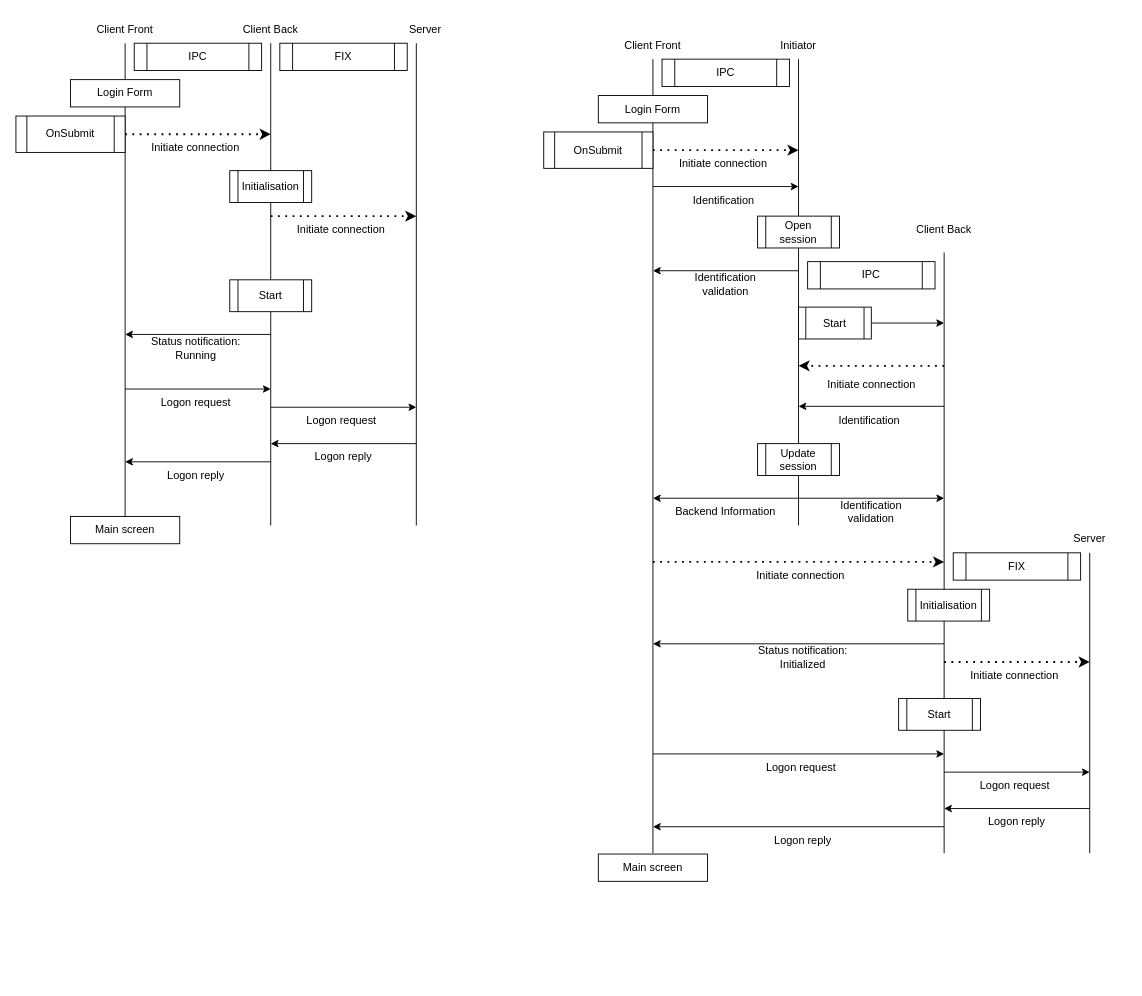
Above: page "IPC protocol" (3 of 3) of schema.drawio in DipStax/FIX4.2-protocol (draw.io), before the change. Source tidied: cells renumbered, new cells numbered last; positions are measured from the earlier drawing's top-left corner, leaving out a move shared by most shapes. Both pictures are drawn from the tidied source at 91%, with x=0, y=0 at pixel (15, 15).
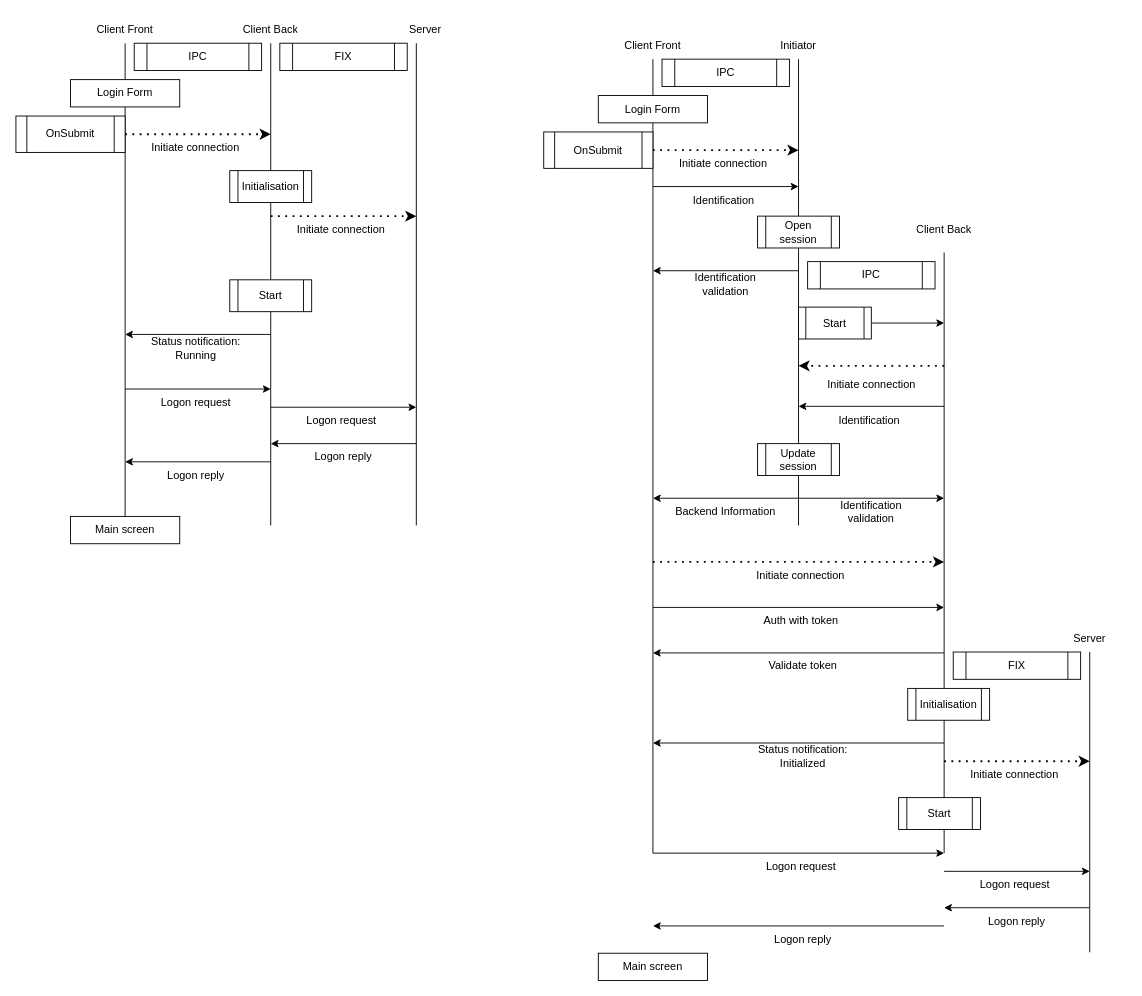
Above is the later version.

Change to the diagram source:
```diff
@@
-    <mxCell id="14" style="endArrow=classic;html=1;" parent="1" edge="1">
-      <mxGeometry relative="1" as="geometry">
-        <mxPoint x="1020" y="690" as="sourcePoint" />
-        <mxPoint x="700" y="690" as="targetPoint" />
-      </mxGeometry>
-    </mxCell>
@@
-    <mxCell id="18" value="Status notification:&lt;div&gt;Initialized&lt;/div&gt;" style="text;html=1;align=center;verticalAlign=middle;whiteSpace=wrap;rounded=0;" parent="1" vertex="1">
-      <mxGeometry x="805" y="690" width="120" height="30" as="geometry" />
-    </mxCell>
@@
-    <mxCell id="57" style="endArrow=classic;dashed=1;html=1;dashPattern=1 3;strokeWidth=2;endFill=1;" parent="1" edge="1">
-      <mxGeometry relative="1" as="geometry">
-        <mxPoint x="700" y="600" as="sourcePoint" />
-        <mxPoint x="1020" y="600" as="targetPoint" />
-      </mxGeometry>
-    </mxCell>
-    <mxCell id="58" value="Initiate connection" style="text;html=1;align=center;verticalAlign=middle;whiteSpace=wrap;rounded=0;" parent="1" vertex="1">
-      <mxGeometry x="810" y="600" width="105" height="30" as="geometry" />
-    </mxCell>
+    <mxCell id="75" style="edgeStyle=none;html=1;" parent="1" edge="1" source="76">
+      <mxGeometry relative="1" as="geometry">
+        <mxPoint x="1020" y="337.5" as="targetPoint" />
+      </mxGeometry>
+    </mxCell>
+    <mxCell id="76" value="Start" style="shape=process;whiteSpace=wrap;html=1;backgroundOutline=1;" parent="1" vertex="1">
+      <mxGeometry x="860" y="320" width="80" height="35" as="geometry" />
+    </mxCell>
+    <mxCell id="77" style="endArrow=classic;html=1;" parent="1" edge="1">
+      <mxGeometry relative="1" as="geometry">
+        <mxPoint x="1020" y="799" as="sourcePoint" />
+        <mxPoint x="700" y="799" as="targetPoint" />
+      </mxGeometry>
+    </mxCell>
+    <mxCell id="18" value="Status notification:&lt;div&gt;Initialized&lt;/div&gt;" style="text;html=1;align=center;verticalAlign=middle;whiteSpace=wrap;rounded=0;" parent="1" vertex="1">
+      <mxGeometry x="805" y="799" width="120" height="30" as="geometry" />
+    </mxCell>
     <mxCell id="59" value="Initialisation" style="shape=process;whiteSpace=wrap;html=1;backgroundOutline=1;" parent="1" vertex="1">
-      <mxGeometry x="980" y="630" width="90" height="35" as="geometry" />
+      <mxGeometry x="980" y="739" width="90" height="35" as="geometry" />
     </mxCell>
     <mxCell id="60" value="Server" style="text;strokeColor=none;fillColor=none;align=center;verticalAlign=middle;spacingLeft=4;spacingRight=4;overflow=hidden;whiteSpace=wrap;html=1;" parent="1" vertex="1">
-      <mxGeometry x="1140" y="560" width="80" height="30" as="geometry" />
+      <mxGeometry x="1140" y="669" width="80" height="30" as="geometry" />
     </mxCell>
-    <mxCell id="61" style="endArrow=none;html=1;" parent="1" edge="1">
-      <mxGeometry relative="1" as="geometry">
-        <mxPoint x="1180" y="920" as="sourcePoint" />
-        <mxPoint x="1180" y="590" as="targetPoint" />
-      </mxGeometry>
-    </mxCell>
+    <mxCell id="78" style="endArrow=none;html=1;" parent="1" edge="1">
+      <mxGeometry relative="1" as="geometry">
+        <mxPoint x="1180" y="1029" as="sourcePoint" />
+        <mxPoint x="1180" y="699" as="targetPoint" />
+      </mxGeometry>
+    </mxCell>
     <mxCell id="62" value="FIX" style="shape=process;whiteSpace=wrap;html=1;backgroundOutline=1;" parent="1" vertex="1">
-      <mxGeometry x="1030" y="590" width="140" height="30" as="geometry" />
+      <mxGeometry x="1030" y="699" width="140" height="30" as="geometry" />
     </mxCell>
-    <mxCell id="63" style="endArrow=classic;dashed=1;html=1;dashPattern=1 3;strokeWidth=2;exitX=1;exitY=0.5;exitDx=0;exitDy=0;endFill=1;" parent="1" edge="1">
-      <mxGeometry relative="1" as="geometry">
-        <mxPoint x="1020" y="710" as="sourcePoint" />
-        <mxPoint x="1180" y="710" as="targetPoint" />
-      </mxGeometry>
-    </mxCell>
+    <mxCell id="79" style="endArrow=classic;dashed=1;html=1;dashPattern=1 3;strokeWidth=2;exitX=1;exitY=0.5;exitDx=0;exitDy=0;endFill=1;" parent="1" edge="1">
+      <mxGeometry relative="1" as="geometry">
+        <mxPoint x="1020" y="819" as="sourcePoint" />
+        <mxPoint x="1180" y="819" as="targetPoint" />
+      </mxGeometry>
+    </mxCell>
     <mxCell id="64" value="Initiate connection" style="text;html=1;align=center;verticalAlign=middle;whiteSpace=wrap;rounded=0;" parent="1" vertex="1">
-      <mxGeometry x="1045" y="710" width="105" height="30" as="geometry" />
+      <mxGeometry x="1045" y="819" width="105" height="30" as="geometry" />
     </mxCell>
-    <mxCell id="65" style="endArrow=classic;html=1;" parent="1" edge="1">
-      <mxGeometry relative="1" as="geometry">
-        <mxPoint x="700" y="811" as="sourcePoint" />
-        <mxPoint x="1020" y="811" as="targetPoint" />
-      </mxGeometry>
-    </mxCell>
-    <mxCell id="66" value="Logon request" style="text;html=1;align=center;verticalAlign=middle;whiteSpace=wrap;rounded=0;" parent="1" vertex="1">
-      <mxGeometry x="802.5" y="811" width="120" height="30" as="geometry" />
-    </mxCell>
-    <mxCell id="67" style="endArrow=classic;html=1;" parent="1" edge="1">
-      <mxGeometry relative="1" as="geometry">
-        <mxPoint x="1020" y="831" as="sourcePoint" />
-        <mxPoint x="1180" y="831" as="targetPoint" />
-      </mxGeometry>
-    </mxCell>
-    <mxCell id="68" value="Logon request" style="text;html=1;align=center;verticalAlign=middle;whiteSpace=wrap;rounded=0;" parent="1" vertex="1">
-      <mxGeometry x="1037.5" y="831" width="120" height="30" as="geometry" />
-    </mxCell>
-    <mxCell id="69" style="endArrow=classic;html=1;" parent="1" edge="1">
-      <mxGeometry relative="1" as="geometry">
-        <mxPoint x="1180" y="871" as="sourcePoint" />
-        <mxPoint x="1020" y="871" as="targetPoint" />
-      </mxGeometry>
-    </mxCell>
-    <mxCell id="70" value="Logon reply" style="text;html=1;align=center;verticalAlign=middle;whiteSpace=wrap;rounded=0;" parent="1" vertex="1">
-      <mxGeometry x="1040" y="871" width="120" height="30" as="geometry" />
-    </mxCell>
-    <mxCell id="71" style="endArrow=classic;html=1;" parent="1" edge="1">
-      <mxGeometry relative="1" as="geometry">
-        <mxPoint x="1020" y="891" as="sourcePoint" />
-        <mxPoint x="700" y="891" as="targetPoint" />
-      </mxGeometry>
-    </mxCell>
-    <mxCell id="72" value="Logon reply" style="text;html=1;align=center;verticalAlign=middle;whiteSpace=wrap;rounded=0;" parent="1" vertex="1">
-      <mxGeometry x="805" y="891" width="120" height="30" as="geometry" />
-    </mxCell>
+    <mxCell id="80" style="endArrow=classic;html=1;" parent="1" edge="1">
+      <mxGeometry relative="1" as="geometry">
+        <mxPoint x="700" y="920" as="sourcePoint" />
+        <mxPoint x="1020" y="920" as="targetPoint" />
+      </mxGeometry>
+    </mxCell>
+    <mxCell id="81" value="Logon request" style="text;html=1;align=center;verticalAlign=middle;whiteSpace=wrap;rounded=0;" parent="1" vertex="1">
+      <mxGeometry x="802.5" y="920" width="120" height="30" as="geometry" />
+    </mxCell>
+    <mxCell id="82" style="endArrow=classic;html=1;" parent="1" edge="1">
+      <mxGeometry relative="1" as="geometry">
+        <mxPoint x="1020" y="940" as="sourcePoint" />
+        <mxPoint x="1180" y="940" as="targetPoint" />
+      </mxGeometry>
+    </mxCell>
+    <mxCell id="83" value="Logon request" style="text;html=1;align=center;verticalAlign=middle;whiteSpace=wrap;rounded=0;" parent="1" vertex="1">
+      <mxGeometry x="1037.5" y="940" width="120" height="30" as="geometry" />
+    </mxCell>
+    <mxCell id="84" style="endArrow=classic;html=1;" parent="1" edge="1">
+      <mxGeometry relative="1" as="geometry">
+        <mxPoint x="1180" y="980" as="sourcePoint" />
+        <mxPoint x="1020" y="980" as="targetPoint" />
+      </mxGeometry>
+    </mxCell>
+    <mxCell id="85" value="Logon reply" style="text;html=1;align=center;verticalAlign=middle;whiteSpace=wrap;rounded=0;" parent="1" vertex="1">
+      <mxGeometry x="1040" y="980" width="120" height="30" as="geometry" />
+    </mxCell>
+    <mxCell id="86" style="endArrow=classic;html=1;" parent="1" edge="1">
+      <mxGeometry relative="1" as="geometry">
+        <mxPoint x="1020" y="1000" as="sourcePoint" />
+        <mxPoint x="700" y="1000" as="targetPoint" />
+      </mxGeometry>
+    </mxCell>
+    <mxCell id="87" value="Logon reply" style="text;html=1;align=center;verticalAlign=middle;whiteSpace=wrap;rounded=0;" parent="1" vertex="1">
+      <mxGeometry x="805" y="1000" width="120" height="30" as="geometry" />
+    </mxCell>
     <mxCell id="73" value="Start" style="shape=process;whiteSpace=wrap;html=1;backgroundOutline=1;" parent="1" vertex="1">
-      <mxGeometry x="970" y="750" width="90" height="35" as="geometry" />
+      <mxGeometry x="970" y="859" width="90" height="35" as="geometry" />
     </mxCell>
     <mxCell id="74" value="Main screen" style="rounded=0;whiteSpace=wrap;html=1;" parent="1" vertex="1">
-      <mxGeometry x="640" y="921" width="120" height="30" as="geometry" />
+      <mxGeometry x="640" y="1030" width="120" height="30" as="geometry" />
     </mxCell>
-    <mxCell id="75" style="edgeStyle=none;html=1;" parent="1" edge="1" source="76">
-      <mxGeometry relative="1" as="geometry">
-        <mxPoint x="1020" y="337.5" as="targetPoint" />
-      </mxGeometry>
-    </mxCell>
-    <mxCell id="76" value="Start" style="shape=process;whiteSpace=wrap;html=1;backgroundOutline=1;" parent="1" vertex="1">
-      <mxGeometry x="860" y="320" width="80" height="35" as="geometry" />
-    </mxCell>
+    <mxCell id="88" style="endArrow=classic;html=1;" parent="1" edge="1">
+      <mxGeometry relative="1" as="geometry">
+        <mxPoint x="700" y="650" as="sourcePoint" />
+        <mxPoint x="1020" y="650" as="targetPoint" />
+      </mxGeometry>
+    </mxCell>
+    <mxCell id="89" value="Auth with token" style="text;html=1;align=center;verticalAlign=middle;whiteSpace=wrap;rounded=0;" parent="1" vertex="1">
+      <mxGeometry x="802.5" y="650" width="120" height="30" as="geometry" />
+    </mxCell>
+    <mxCell id="90" style="endArrow=classic;html=1;" parent="1" edge="1">
+      <mxGeometry relative="1" as="geometry">
+        <mxPoint x="1020" y="700" as="sourcePoint" />
+        <mxPoint x="700" y="700" as="targetPoint" />
+      </mxGeometry>
+    </mxCell>
+    <mxCell id="91" value="Validate token" style="text;html=1;align=center;verticalAlign=middle;whiteSpace=wrap;rounded=0;" parent="1" vertex="1">
+      <mxGeometry x="805" y="699" width="120" height="30" as="geometry" />
+    </mxCell>
+    <mxCell id="92" style="endArrow=classic;dashed=1;html=1;dashPattern=1 3;strokeWidth=2;endFill=1;" parent="1" edge="1">
+      <mxGeometry relative="1" as="geometry">
+        <mxPoint x="700" y="600" as="sourcePoint" />
+        <mxPoint x="1020" y="600" as="targetPoint" />
+      </mxGeometry>
+    </mxCell>
+    <mxCell id="58" value="Initiate connection" style="text;html=1;align=center;verticalAlign=middle;whiteSpace=wrap;rounded=0;" parent="1" vertex="1">
+      <mxGeometry x="810" y="600" width="105" height="30" as="geometry" />
+    </mxCell>
```
